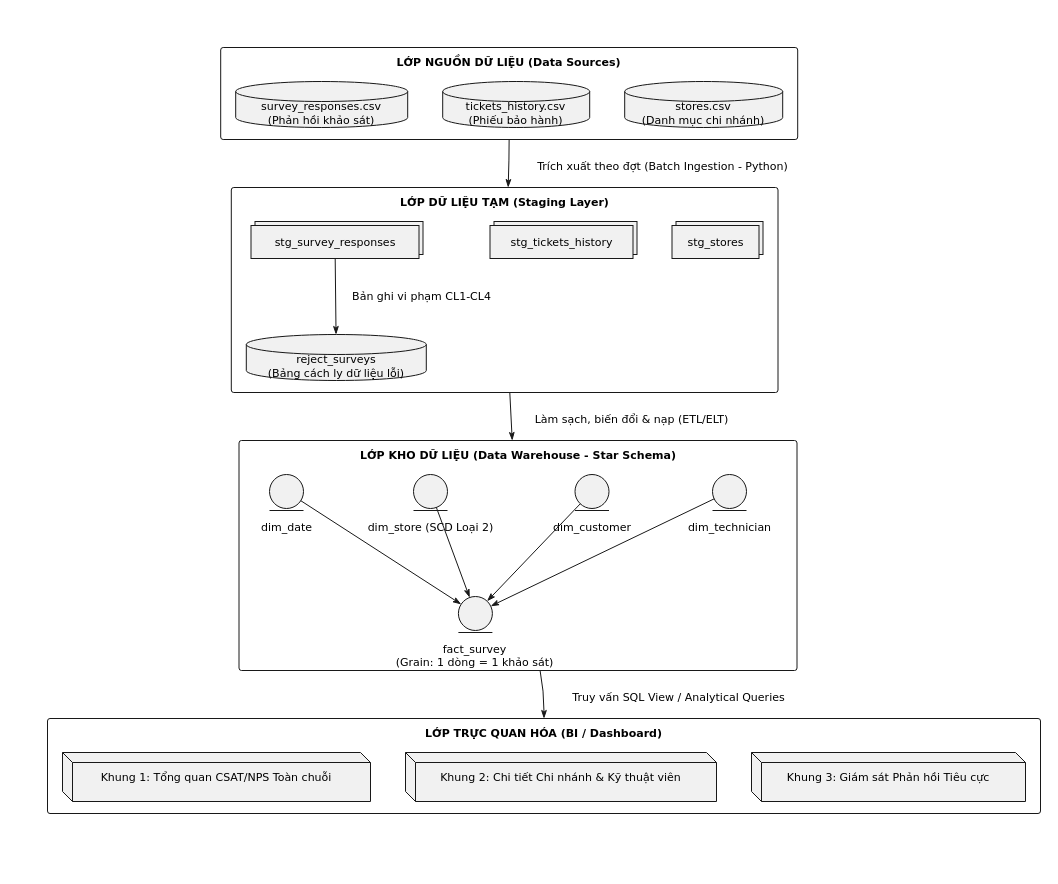
Above: docs/architecture.drawio in MinhQuang123789/cdtn1-dongquangminh-L8 (draw.io), before the change. Source tidied: cells renumbered, new cells numbered last; positions are measured from the earlier drawing's top-left corner, leaving out a move shared by most shapes. Both pictures are drawn from the tidied source at 100%, with x=0, y=0 at pixel (17, 17).
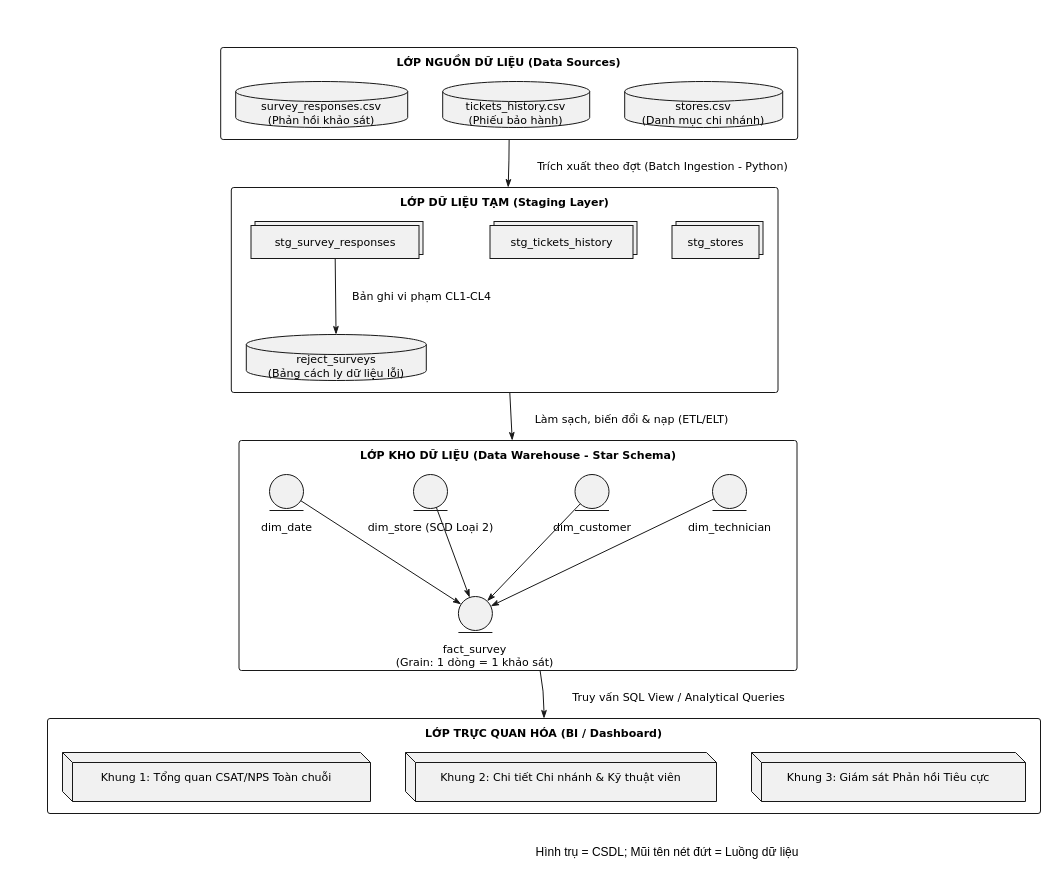
After the change.

What changed in the source:
```diff
@@
+    <mxCell id="43" value="Hình trụ = CSDL; Mũi tên nét đứt = Luồng dữ liệu" style="text;html=1;whiteSpace=wrap;strokeColor=none;fillColor=none;align=center;verticalAlign=middle;rounded=0;" parent="1" vertex="1">
+      <mxGeometry x="500" y="820" width="300" height="30" as="geometry" />
+    </mxCell>
```
